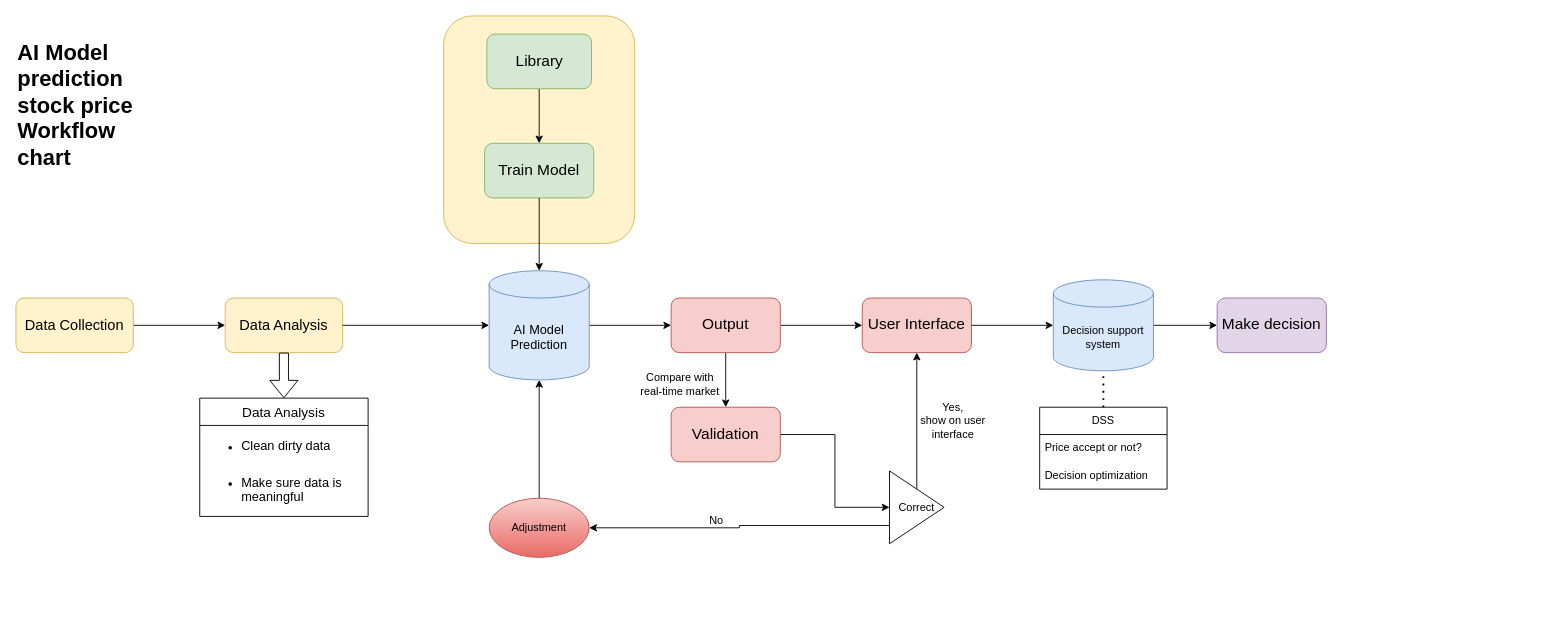
Earlier version of the draw.io diagram 未命名绘图.drawio (aaaaaron722/drawIO). Source tidied: cells renumbered, new cells numbered last; positions are measured from the earlier drawing's top-left corner, leaving out a move shared by most shapes. Both pictures are drawn from the tidied source at 91%, with x=0, y=0 at pixel (15, 15).
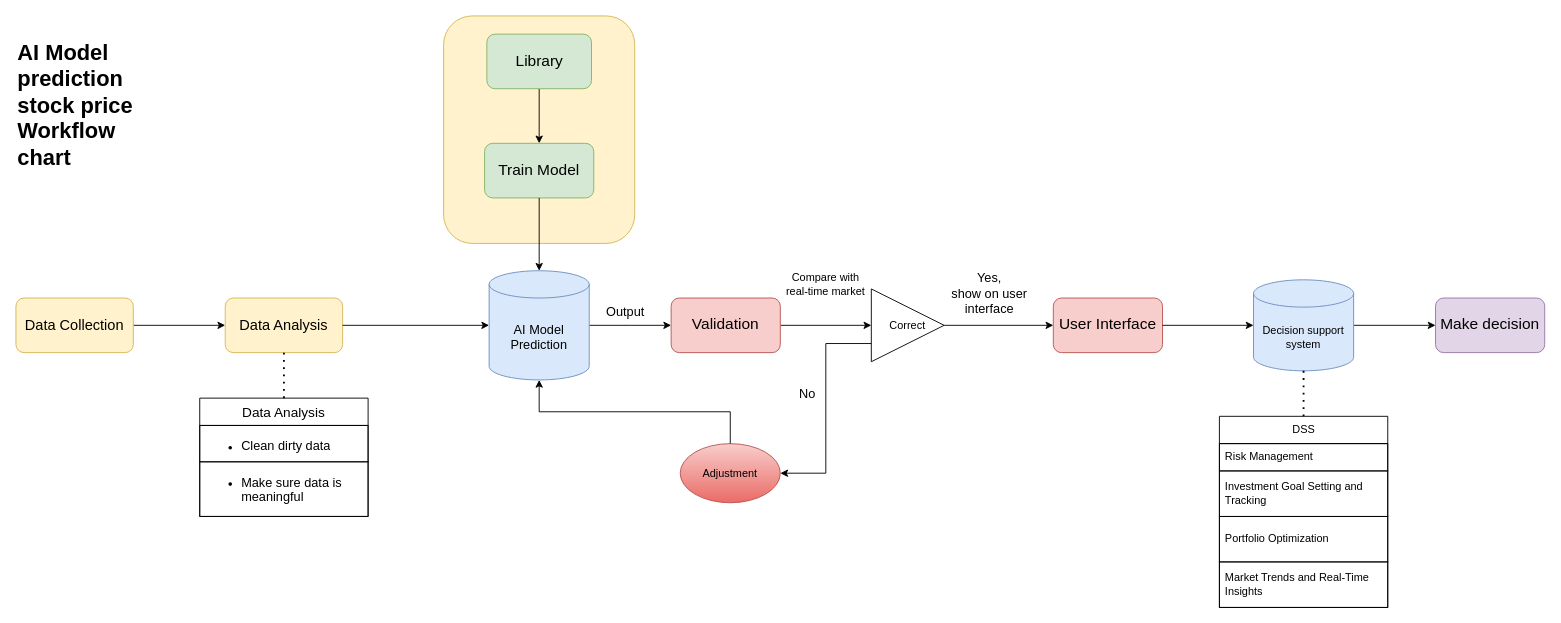
Above is the later version.

Commit message:
更新未命名绘图.drawio

The change refers to these unchanged cells:
```xml
<mxCell id="5" value="&lt;span style=&quot;font-size: 16px;&quot;&gt;Data Analysis&lt;/span&gt;" style="rounded=1;whiteSpace=wrap;html=1;fillColor=#fff2cc;strokeColor=#d6b656;" parent="1" vertex="1">
  <mxGeometry x="230" y="310" width="129" height="60" as="geometry" />
</mxCell>
<mxCell id="10" value="&lt;font style=&quot;font-size: 15px;&quot;&gt;Data Analysis&lt;/font&gt;" style="swimlane;fontStyle=0;horizontal=1;startSize=30;whiteSpace=wrap;html=1;" parent="1" vertex="1">
  <mxGeometry x="202" y="420" width="185" height="130" as="geometry" />
</mxCell>
<mxCell id="16" value="&lt;font style=&quot;font-size: 14px;&quot;&gt;AI Model Prediction&lt;/font&gt;" style="shape=cylinder3;whiteSpace=wrap;html=1;boundedLbl=1;backgroundOutline=1;size=15;fillColor=#dae8fc;strokeColor=#6c8ebf;" parent="1" vertex="1">
  <mxGeometry x="520" y="280" width="110" height="120" as="geometry" />
</mxCell>
```

The edit, as a diff of the source:
```diff
@@
-    <mxCell id="6" style="edgeStyle=orthogonalEdgeStyle;rounded=0;jettySize=auto;html=1;exitX=1;exitY=0.5;exitDx=0;exitDy=0;" parent="1" edge="1" source="8" target="21">
-      <mxGeometry relative="1" as="geometry" />
-    </mxCell>
-    <mxCell id="7" style="edgeStyle=orthogonalEdgeStyle;rounded=0;jettySize=auto;html=1;exitX=0.5;exitY=1;exitDx=0;exitDy=0;entryX=0.5;entryY=0;entryDx=0;entryDy=0;" parent="1" edge="1" source="8" target="23">
-      <mxGeometry relative="1" as="geometry" />
-    </mxCell>
-    <mxCell id="8" value="&lt;span style=&quot;font-size: 17px;&quot;&gt;Output&lt;/span&gt;" style="rounded=1;whiteSpace=wrap;html=1;fillColor=#f8cecc;strokeColor=#b85450;" parent="1" vertex="1">
-      <mxGeometry x="720" y="310" width="120" height="60" as="geometry" />
-    </mxCell>
@@
-    <mxCell id="11" value="&lt;ul&gt;&lt;li&gt;&lt;font style=&quot;font-size: 14px;&quot;&gt;Clean dirty data&lt;/font&gt;&lt;/li&gt;&lt;/ul&gt;" style="text;strokeColor=none;fillColor=none;align=left;verticalAlign=middle;spacingLeft=4;spacingRight=4;overflow=hidden;whiteSpace=wrap;html=1;" parent="10" vertex="1">
+    <mxCell id="11" value="&lt;ul&gt;&lt;li&gt;&lt;font style=&quot;font-size: 14px;&quot;&gt;Clean dirty data&lt;/font&gt;&lt;/li&gt;&lt;/ul&gt;" style="text;strokeColor=default;fillColor=none;align=left;verticalAlign=middle;spacingLeft=4;spacingRight=4;overflow=hidden;whiteSpace=wrap;html=1;" parent="10" vertex="1">
       <mxGeometry y="30" width="185" height="40" as="geometry" />
     </mxCell>
-    <mxCell id="12" value="&lt;ul&gt;&lt;li&gt;&lt;span style=&quot;font-size: 14px; background-color: transparent; color: light-dark(rgb(0, 0, 0), rgb(255, 255, 255));&quot;&gt;Make sure data is meaningful&lt;/span&gt;&lt;/li&gt;&lt;/ul&gt;" style="text;strokeColor=none;fillColor=none;align=left;verticalAlign=middle;spacingLeft=4;spacingRight=4;overflow=hidden;whiteSpace=wrap;html=1;" parent="10" vertex="1">
+    <mxCell id="12" value="&lt;ul&gt;&lt;li&gt;&lt;span style=&quot;font-size: 14px; background-color: transparent; color: light-dark(rgb(0, 0, 0), rgb(255, 255, 255));&quot;&gt;Make sure data is meaningful&lt;/span&gt;&lt;/li&gt;&lt;/ul&gt;" style="text;strokeColor=default;fillColor=none;align=left;verticalAlign=middle;spacingLeft=4;spacingRight=4;overflow=hidden;whiteSpace=wrap;html=1;" parent="10" vertex="1">
       <mxGeometry y="70" width="185" height="60" as="geometry" />
     </mxCell>
-    <mxCell id="13" style="shape=flexArrow;endArrow=classic;html=1;rounded=0;entryX=0.5;entryY=0;entryDx=0;entryDy=0;exitX=0.5;exitY=1;exitDx=0;exitDy=0;" parent="1" edge="1" source="5" target="10">
-      <mxGeometry relative="1" as="geometry" />
-    </mxCell>
@@
-    <mxCell id="15" style="edgeStyle=orthogonalEdgeStyle;rounded=0;jettySize=auto;html=1;exitX=1;exitY=0.5;exitDx=0;exitDy=0;exitPerimeter=0;" parent="1" edge="1" source="16" target="8">
-      <mxGeometry relative="1" as="geometry" />
+    <mxCell id="15" style="edgeStyle=orthogonalEdgeStyle;rounded=0;jettySize=auto;html=1;exitX=1;exitY=0.5;exitDx=0;exitDy=0;exitPerimeter=0;" parent="1" edge="1" source="16">
+      <mxGeometry relative="1" as="geometry">
+        <mxPoint x="720" y="340" as="targetPoint" />
+      </mxGeometry>
     </mxCell>
@@
     <mxCell id="21" value="&lt;span style=&quot;font-size: 17px;&quot;&gt;User Interface&lt;/span&gt;" style="rounded=1;whiteSpace=wrap;html=1;fillColor=#f8cecc;strokeColor=#b85450;" parent="1" vertex="1">
-      <mxGeometry x="930" y="310" width="120" height="60" as="geometry" />
+      <mxGeometry x="1140" y="310" width="120" height="60" as="geometry" />
     </mxCell>
@@
     <mxCell id="23" value="&lt;span style=&quot;font-size: 17px;&quot;&gt;Validation&lt;/span&gt;" style="rounded=1;whiteSpace=wrap;html=1;fillColor=#f8cecc;strokeColor=#b85450;" parent="1" vertex="1">
-      <mxGeometry x="720" y="430" width="120" height="60" as="geometry" />
+      <mxGeometry x="720" y="310" width="120" height="60" as="geometry" />
     </mxCell>
-    <mxCell id="24" style="edgeStyle=orthogonalEdgeStyle;rounded=0;jettySize=auto;html=1;exitX=0.5;exitY=0;exitDx=0;exitDy=0;entryX=0.5;entryY=1;entryDx=0;entryDy=0;" parent="1" edge="1" source="26" target="21">
+    <mxCell id="24" style="edgeStyle=orthogonalEdgeStyle;rounded=0;jettySize=auto;html=1;exitX=1;exitY=0.5;exitDx=0;exitDy=0;entryX=0;entryY=0.5;entryDx=0;entryDy=0;" parent="1" edge="1" source="26" target="21">
       <mxGeometry relative="1" as="geometry" />
     </mxCell>
-    <mxCell id="25" style="edgeStyle=orthogonalEdgeStyle;rounded=0;jettySize=auto;html=1;exitX=0.5;exitY=1;exitDx=0;exitDy=0;" parent="1" edge="1" source="26" target="29">
+    <mxCell id="25" style="edgeStyle=orthogonalEdgeStyle;rounded=0;jettySize=auto;html=1;exitX=0;exitY=0.75;exitDx=0;exitDy=0;entryX=1;entryY=0.5;entryDx=0;entryDy=0;" parent="1" edge="1" source="26" target="29">
       <mxGeometry relative="1" as="geometry" />
     </mxCell>
     <mxCell id="26" value="Correct" style="triangle;whiteSpace=wrap;html=1;rotation=0;" parent="1" vertex="1">
-      <mxGeometry x="960" y="500" width="60" height="80" as="geometry" />
+      <mxGeometry x="940" y="300" width="80" height="80" as="geometry" />
     </mxCell>
-    <mxCell id="27" value="No" style="text;html=1;align=center;verticalAlign=middle;whiteSpace=wrap;rounded=0;" parent="1" vertex="1">
-      <mxGeometry x="740" y="540" width="60" height="30" as="geometry" />
+    <mxCell id="27" value="&lt;font style=&quot;font-size: 14px;&quot;&gt;No&lt;/font&gt;" style="text;html=1;align=center;verticalAlign=middle;whiteSpace=wrap;rounded=0;" parent="1" vertex="1">
+      <mxGeometry x="840" y="400" width="60" height="30" as="geometry" />
     </mxCell>
-    <mxCell id="28" value="Yes,&lt;div&gt;show on user interface&lt;/div&gt;" style="text;html=1;align=center;verticalAlign=middle;whiteSpace=wrap;rounded=0;" parent="1" vertex="1">
-      <mxGeometry x="980" y="420" width="100" height="50" as="geometry" />
+    <mxCell id="28" value="&lt;font style=&quot;font-size: 14px;&quot;&gt;Yes,&lt;/font&gt;&lt;div&gt;&lt;font style=&quot;font-size: 14px;&quot;&gt;show on user interface&lt;/font&gt;&lt;/div&gt;" style="text;html=1;align=center;verticalAlign=middle;whiteSpace=wrap;rounded=0;" parent="1" vertex="1">
+      <mxGeometry x="1020" y="280" width="100" height="50" as="geometry" />
     </mxCell>
     <mxCell id="29" value="Adjustment" style="ellipse;whiteSpace=wrap;html=1;fillColor=#f8cecc;strokeColor=#b85450;gradientColor=#ea6b66;" parent="1" vertex="1">
-      <mxGeometry x="520" y="530" width="110" height="65" as="geometry" />
+      <mxGeometry x="730" y="470" width="110" height="65" as="geometry" />
     </mxCell>
@@
     <mxCell id="32" value="&lt;font&gt;Decision support system&lt;/font&gt;" style="shape=cylinder3;whiteSpace=wrap;html=1;boundedLbl=1;backgroundOutline=1;size=15;fillColor=#dae8fc;strokeColor=#6c8ebf;" parent="1" vertex="1">
-      <mxGeometry x="1140" y="290" width="110" height="100" as="geometry" />
+      <mxGeometry x="1360" y="290" width="110" height="100" as="geometry" />
     </mxCell>
@@
     <mxCell id="34" value="DSS" style="swimlane;fontStyle=0;horizontal=1;startSize=30;whiteSpace=wrap;html=1;" parent="1" vertex="1">
-      <mxGeometry x="1125" y="430" width="140" height="90" as="geometry" />
+      <mxGeometry x="1322.5" y="440" width="185" height="210" as="geometry" />
     </mxCell>
-    <mxCell id="35" value="Price accept or not?" style="text;strokeColor=none;fillColor=none;align=left;verticalAlign=middle;spacingLeft=4;spacingRight=4;overflow=hidden;whiteSpace=wrap;html=1;" parent="34" vertex="1">
-      <mxGeometry y="30" width="140" height="30" as="geometry" />
+    <mxCell id="35" value="Risk Management" style="text;strokeColor=default;fillColor=none;align=left;verticalAlign=middle;spacingLeft=4;spacingRight=4;overflow=hidden;whiteSpace=wrap;html=1;" parent="34" vertex="1">
+      <mxGeometry y="30" width="185" height="30" as="geometry" />
     </mxCell>
-    <mxCell id="36" value="Decision optimization" style="text;strokeColor=none;fillColor=none;align=left;verticalAlign=middle;spacingLeft=4;spacingRight=4;overflow=hidden;whiteSpace=wrap;html=1;" parent="34" vertex="1">
-      <mxGeometry y="60" width="140" height="30" as="geometry" />
+    <mxCell id="36" value="Investment Goal Setting and Tracking" style="text;strokeColor=default;fillColor=none;align=left;verticalAlign=middle;spacingLeft=4;spacingRight=4;overflow=hidden;whiteSpace=wrap;html=1;" parent="34" vertex="1">
+      <mxGeometry y="60" width="185" height="50" as="geometry" />
     </mxCell>
+    <mxCell id="40" value="Portfolio Optimization" style="text;strokeColor=default;fillColor=none;align=left;verticalAlign=middle;spacingLeft=4;spacingRight=4;overflow=hidden;whiteSpace=wrap;html=1;" parent="34" vertex="1">
+      <mxGeometry y="110" width="185" height="50" as="geometry" />
+    </mxCell>
+    <mxCell id="41" value="Market Trends and Real-Time Insights" style="text;strokeColor=default;fillColor=none;align=left;verticalAlign=middle;spacingLeft=4;spacingRight=4;overflow=hidden;whiteSpace=wrap;html=1;" parent="34" vertex="1">
+      <mxGeometry y="160" width="185" height="50" as="geometry" />
+    </mxCell>
@@
     <mxCell id="38" value="&lt;span style=&quot;font-size: 17px;&quot;&gt;Make decision&lt;/span&gt;" style="rounded=1;whiteSpace=wrap;html=1;fillColor=#e1d5e7;strokeColor=#9673a6;" parent="1" vertex="1">
-      <mxGeometry x="1320" y="310" width="120" height="60" as="geometry" />
+      <mxGeometry x="1560" y="310" width="120" height="60" as="geometry" />
     </mxCell>
     <mxCell id="39" value="Compare with real-time market" style="text;html=1;align=center;verticalAlign=middle;whiteSpace=wrap;rounded=0;" parent="1" vertex="1">
-      <mxGeometry x="680" y="380" width="100" height="50" as="geometry" />
+      <mxGeometry x="840" y="270" width="100" height="50" as="geometry" />
     </mxCell>
+    <mxCell id="8" value="&lt;font style=&quot;font-size: 14px;&quot;&gt;Output&lt;/font&gt;" style="text;html=1;align=center;verticalAlign=middle;whiteSpace=wrap;rounded=0;" parent="1" vertex="1">
+      <mxGeometry x="640" y="310" width="60" height="30" as="geometry" />
+    </mxCell>
+    <mxCell id="42" style="endArrow=none;dashed=1;html=1;dashPattern=1 3;strokeWidth=2;rounded=0;entryX=0.5;entryY=1;entryDx=0;entryDy=0;exitX=0.5;exitY=0;exitDx=0;exitDy=0;" parent="1" edge="1" source="10" target="5">
+      <mxGeometry relative="1" as="geometry" />
+    </mxCell>
```
